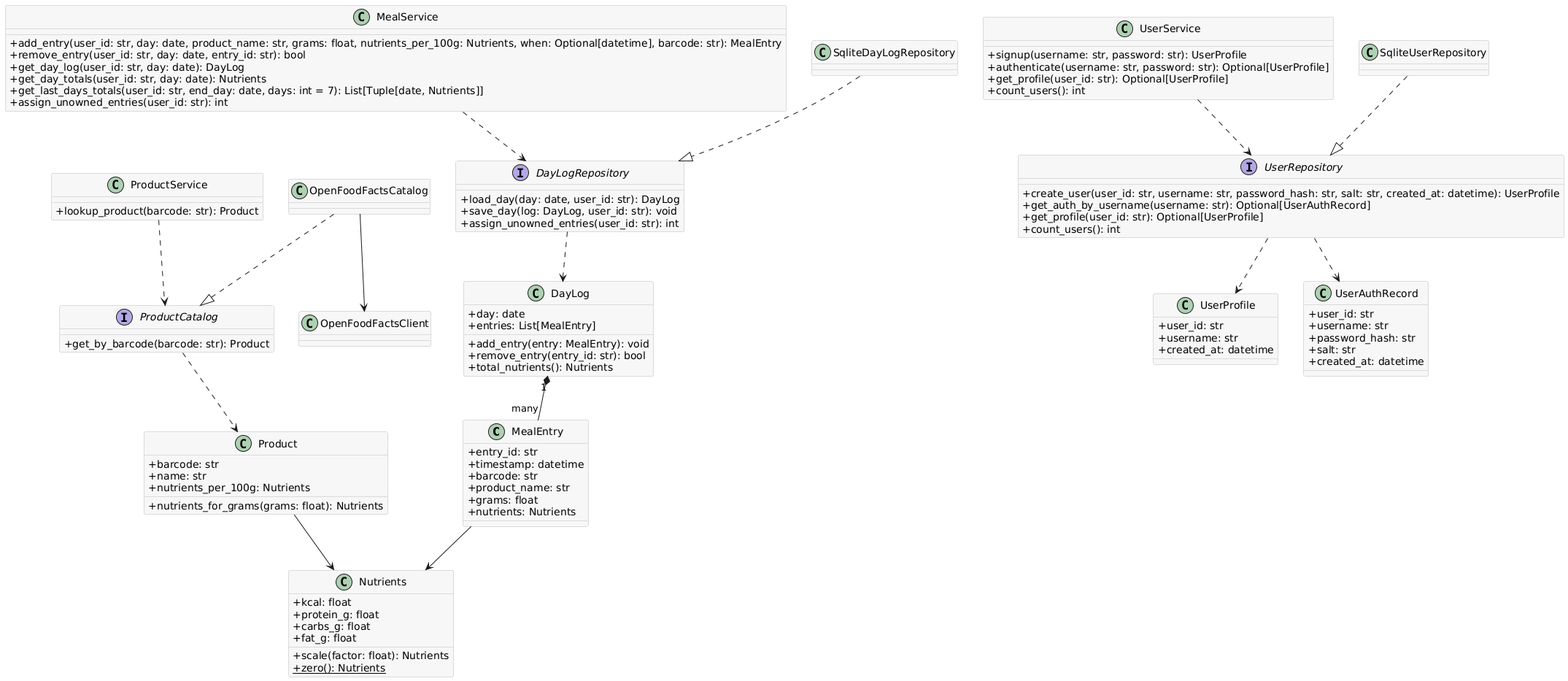
Earlier version of the PlantUML export pictures/uml-classes.png (unibo-dtm-se-2425-havij/report).
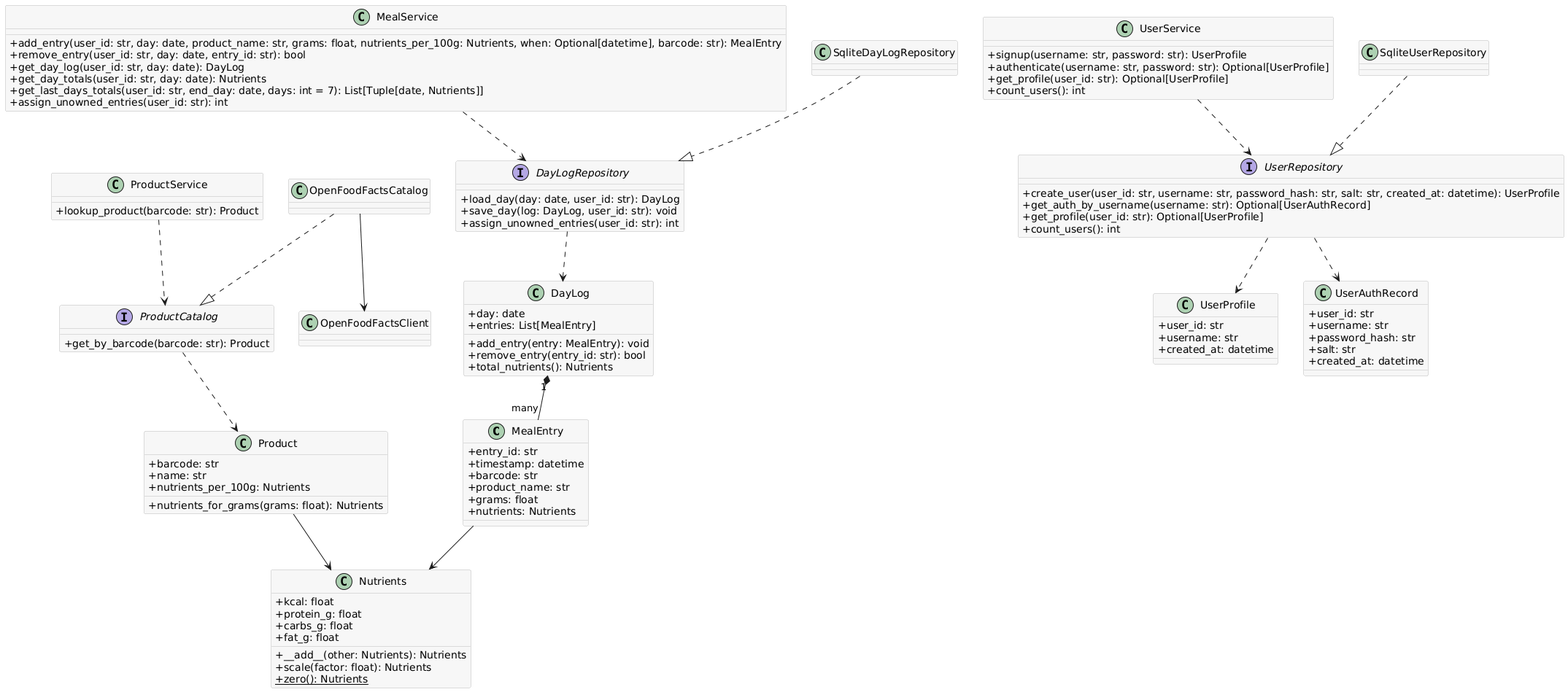
The same file after the commit.

The edit, as a diff of the source:
```diff
@@ -27,6 +27,7 @@
   +protein_g: float
   +carbs_g: float
   +fat_g: float
+  +__add__(other: Nutrients): Nutrients
   +scale(factor: float): Nutrients
   {static} +zero(): Nutrients
 }
```
